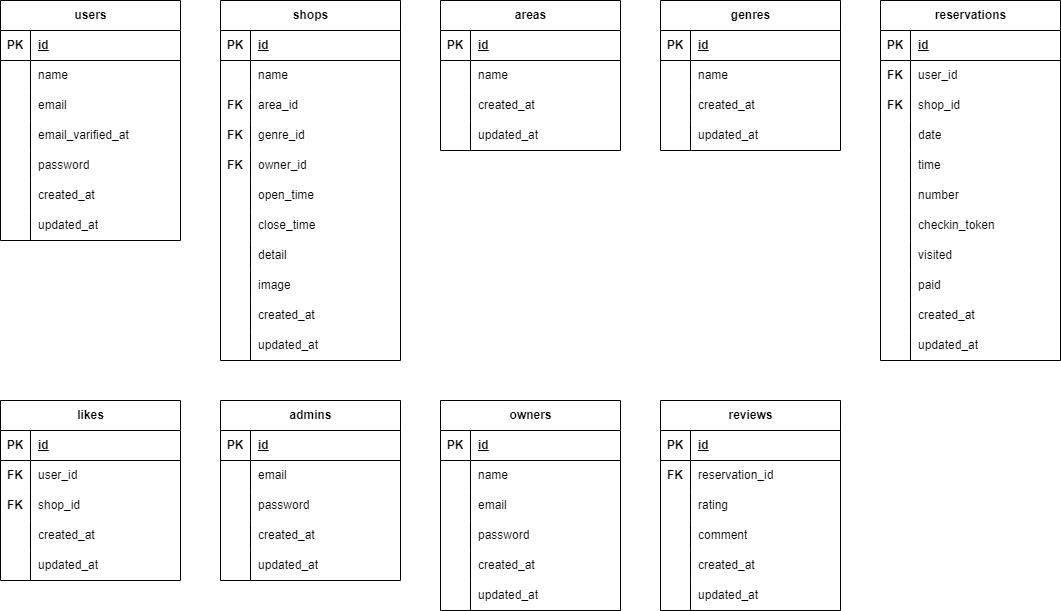
nyanyamarusan/rese keeps this draw.io diagram as rese.drawio.png. Above is the earlier version. Source tidied: cells renumbered, new cells last; positions are measured from the earlier drawing's top-left corner, leaving out a move shared by most shapes.
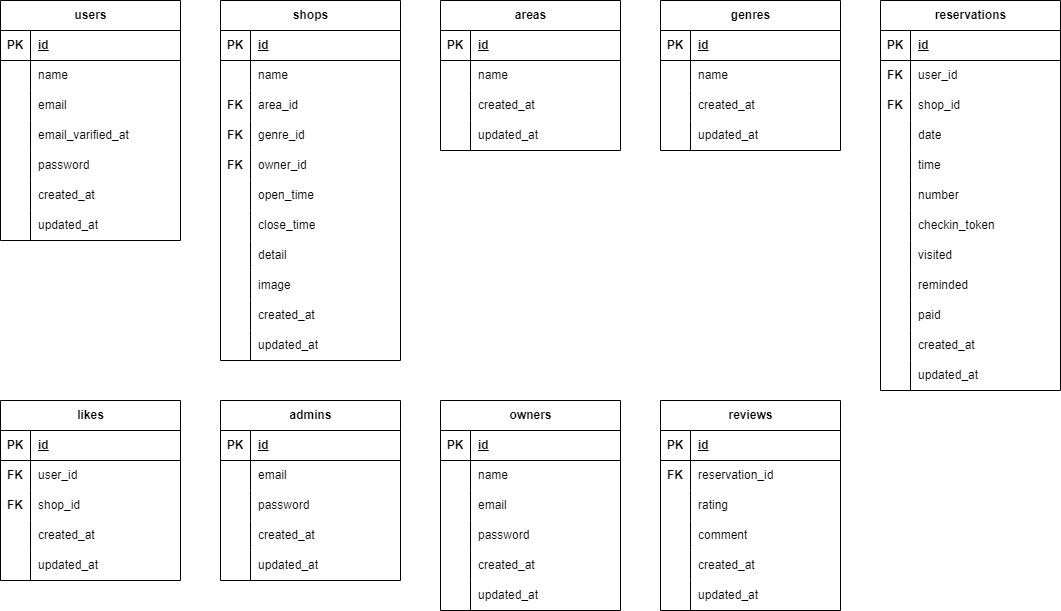
Later version of the same file.

What changed in the source:
```diff
@@ -219,7 +219,7 @@
       <mxGeometry x="30" width="150" height="30" as="geometry" />
     </mxCell>
     <mxCell id="74" value="reservations" style="shape=table;startSize=30;rowLines=0;fontStyle=1;align=center;html=1;" parent="1" vertex="1">
-      <mxGeometry x="880" width="180" height="360" as="geometry" />
+      <mxGeometry x="880" width="180" height="390" as="geometry" />
     </mxCell>
     <mxCell id="75" style="shape=tableRow;horizontal=0;startSize=0;swimlaneHead=0;swimlaneBody=0;fillColor=none;top=0;left=0;right=0;bottom=1;" parent="74" vertex="1">
       <mxGeometry y="30" width="180" height="30" as="geometry" />
@@ -293,8 +293,17 @@
     <mxCell id="98" value="visited" style="shape=partialRectangle;fillColor=none;top=0;left=0;bottom=0;right=0;align=left;spacingLeft=6;overflow=hidden;whiteSpace=wrap;html=1;" parent="96" vertex="1">
       <mxGeometry x="30" width="150" height="30" as="geometry" />
     </mxCell>
+    <mxCell id="188" style="shape=tableRow;horizontal=0;startSize=0;swimlaneHead=0;swimlaneBody=0;fillColor=none;top=0;left=0;right=0;bottom=0;" parent="74" vertex="1">
+      <mxGeometry y="270" width="180" height="30" as="geometry" />
+    </mxCell>
+    <mxCell id="189" style="shape=partialRectangle;fillColor=none;top=0;left=0;bottom=0;right=0;overflow=hidden;whiteSpace=wrap;html=1;" parent="188" vertex="1">
+      <mxGeometry width="30" height="30" as="geometry" />
+    </mxCell>
+    <mxCell id="190" value="reminded" style="shape=partialRectangle;fillColor=none;top=0;left=0;bottom=0;right=0;align=left;spacingLeft=6;overflow=hidden;whiteSpace=wrap;html=1;" parent="188" vertex="1">
+      <mxGeometry x="30" width="150" height="30" as="geometry" />
+    </mxCell>
     <mxCell id="99" style="shape=tableRow;horizontal=0;startSize=0;swimlaneHead=0;swimlaneBody=0;fillColor=none;top=0;left=0;right=0;bottom=0;" parent="74" vertex="1">
-      <mxGeometry y="270" width="180" height="30" as="geometry" />
+      <mxGeometry y="300" width="180" height="30" as="geometry" />
     </mxCell>
     <mxCell id="100" style="shape=partialRectangle;fillColor=none;top=0;left=0;bottom=0;right=0;overflow=hidden;whiteSpace=wrap;html=1;" parent="99" vertex="1">
       <mxGeometry width="30" height="30" as="geometry" />
@@ -303,7 +312,7 @@
       <mxGeometry x="30" width="150" height="30" as="geometry" />
     </mxCell>
     <mxCell id="102" style="shape=tableRow;horizontal=0;startSize=0;swimlaneHead=0;swimlaneBody=0;fillColor=none;top=0;left=0;right=0;bottom=0;" parent="74" vertex="1">
-      <mxGeometry y="300" width="180" height="30" as="geometry" />
+      <mxGeometry y="330" width="180" height="30" as="geometry" />
     </mxCell>
     <mxCell id="103" style="shape=partialRectangle;fillColor=none;top=0;left=0;bottom=0;right=0;overflow=hidden;whiteSpace=wrap;html=1;" parent="102" vertex="1">
       <mxGeometry width="30" height="30" as="geometry" />
@@ -312,7 +321,7 @@
       <mxGeometry x="30" width="150" height="30" as="geometry" />
     </mxCell>
     <mxCell id="105" style="shape=tableRow;horizontal=0;startSize=0;swimlaneHead=0;swimlaneBody=0;fillColor=none;top=0;left=0;right=0;bottom=0;" parent="74" vertex="1">
-      <mxGeometry y="330" width="180" height="30" as="geometry" />
+      <mxGeometry y="360" width="180" height="30" as="geometry" />
     </mxCell>
     <mxCell id="106" style="shape=partialRectangle;fillColor=none;top=0;left=0;bottom=0;right=0;overflow=hidden;whiteSpace=wrap;html=1;" parent="105" vertex="1">
       <mxGeometry width="30" height="30" as="geometry" />
```
